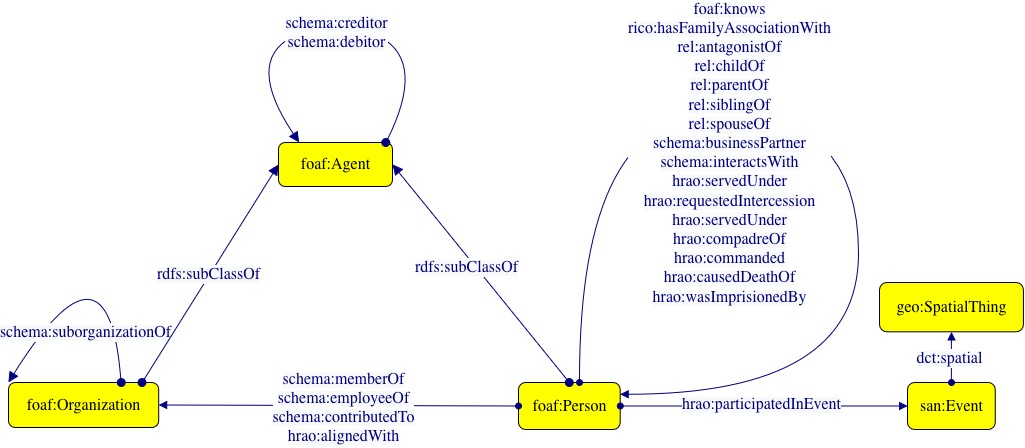
Before: data_models/RelationModel.png, a diagram exported from draw.io (CarlaMenegat/VarelaDigital). Source tidied: cells renumbered, new cells last; positions are measured from the earlier drawing's top-left corner, leaving out a move shared by most shapes.
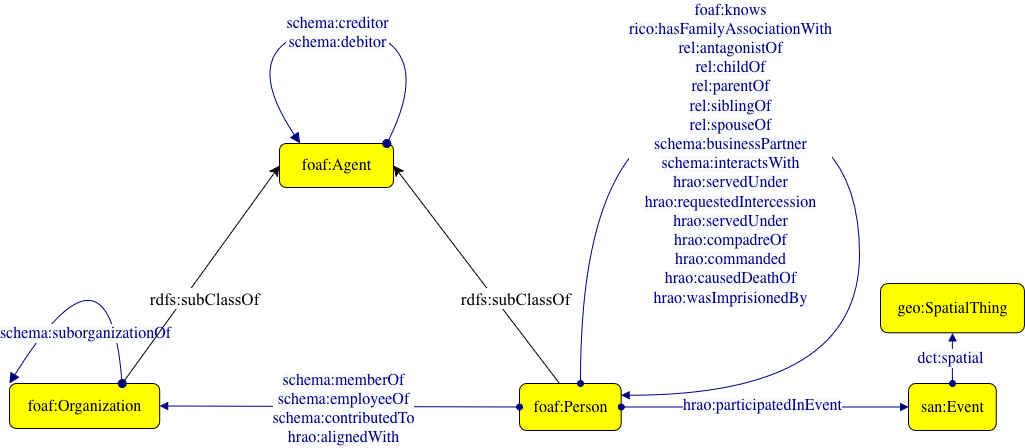
The same file after the commit.

Diff of the diagram source:
```diff
@@ -79,24 +79,6 @@
     <mxCell id="21" value="foaf:Agent" style="text;html=1;spacing=0;align=center;fontFamily=dialog;fontSize=16;fontStyle=0;=center;fontColor=#000000;verticalAlign=bottom;" parent="20" vertex="1">
       <mxGeometry x="14.3" y="10.6" width="85.3" height="22.8" as="geometry" />
     </mxCell>
-    <mxCell id="22" style="graphMlID=e0;rounded=0;endArrow=block;strokeColor=#000080;strokeWidth=1.0;startArrow=oval;startFill=1;endFill=1;fontSize=12;startSize=8;endSize=8;curved=1;exitX=0.5;exitY=0;exitDx=0;exitDy=0;entryX=1;entryY=0.5;entryDx=0;entryDy=0;" parent="1" edge="1" source="4" target="20">
-      <mxGeometry relative="1" as="geometry">
-        <Array as="points">
-          <mxPoint x="480" y="270" />
-        </Array>
-      </mxGeometry>
-    </mxCell>
-    <mxCell id="23" value="&lt;span style=&quot;color: rgb(0, 0, 128); font-family: dialog; font-size: 16px; background-color: rgb(248, 249, 250);&quot;&gt;rdfs:subClassOf&lt;/span&gt;" style="text;html=1;align=center;verticalAlign=middle;labelBackgroundColor=#ffffff;" parent="1" vertex="1">
-      <mxGeometry x="460" y="260" as="geometry">
-        <mxPoint x="-3" y="-6" as="offset" />
-      </mxGeometry>
-    </mxCell>
-    <mxCell id="24" style="graphMlID=e0;rounded=0;endArrow=block;strokeColor=#000080;strokeWidth=1.0;startArrow=oval;startFill=1;endFill=1;fontSize=12;startSize=8;endSize=8;curved=1;exitX=0.889;exitY=0.002;exitDx=0;exitDy=0;exitPerimeter=0;entryX=0;entryY=0.5;entryDx=0;entryDy=0;" parent="1" edge="1" source="8" target="20">
-      <mxGeometry relative="1" as="geometry" />
-    </mxCell>
-    <mxCell id="25" value="&lt;span style=&quot;color: rgb(0, 0, 128); font-family: &amp;quot;dialog&amp;quot;; font-size: 16px; background-color: rgb(248, 249, 250);&quot;&gt;rdfs:subClassOf&lt;/span&gt;" style="text;html=1;align=center;verticalAlign=middle;labelBackgroundColor=#ffffff;" parent="24" vertex="1">
-      <mxGeometry x="-0.02" y="2" relative="1" as="geometry" />
-    </mxCell>
     <mxCell id="26" style="graphMlID=e0;rounded=0;endArrow=block;strokeColor=#000080;strokeWidth=1.0;startArrow=oval;startFill=1;endFill=1;fontSize=12;startSize=8;endSize=8;curved=1;exitX=0.87;exitY=0.003;exitDx=0;exitDy=0;exitPerimeter=0;entryX=0.109;entryY=0.003;entryDx=0;entryDy=0;entryPerimeter=0;" parent="1" edge="1">
       <mxGeometry relative="1" as="geometry">
         <mxPoint x="377.3" y="130" as="sourcePoint" />
@@ -113,5 +95,23 @@
         <mxPoint x="-1" y="18" as="offset" />
       </mxGeometry>
     </mxCell>
+    <mxCell id="28" style="endArrow=classic;html=1;textDirection=ltr;rounded=0;fontSize=12;startSize=8;endSize=8;curved=1;entryX=1;entryY=0.5;entryDx=0;entryDy=0;" parent="1" edge="1" target="20">
+      <mxGeometry relative="1" as="geometry">
+        <mxPoint x="550" y="370" as="sourcePoint" />
+      </mxGeometry>
+    </mxCell>
+    <mxCell id="29" value="&lt;div&gt;&lt;font face=&quot;Times New Roman&quot; style=&quot;font-size: 17px;&quot;&gt;rdfs:subClassOf&lt;/font&gt;&lt;/div&gt;" style="text;html=1;align=center;verticalAlign=middle;labelBackgroundColor=#ffffff;rotation=0;" parent="28" vertex="1">
+      <mxGeometry x="-0.22" relative="1" as="geometry">
+        <mxPoint x="19.9" as="offset" />
+      </mxGeometry>
+    </mxCell>
+    <mxCell id="24" style="endArrow=classic;html=1;textDirection=ltr;rounded=0;fontSize=12;startSize=8;endSize=8;curved=1;entryX=0;entryY=0.5;entryDx=0;entryDy=0;exitX=0.75;exitY=0;exitDx=0;exitDy=0;" parent="1" edge="1" source="8" target="20">
+      <mxGeometry relative="1" as="geometry" />
+    </mxCell>
+    <mxCell id="30" value="&lt;div&gt;&lt;font face=&quot;Times New Roman&quot; style=&quot;font-size: 17px;&quot;&gt;rdfs:subClassOf&lt;/font&gt;&lt;/div&gt;" style="text;html=1;align=center;verticalAlign=middle;labelBackgroundColor=#ffffff;rotation=0;" parent="24" vertex="1">
+      <mxGeometry x="-0.22" relative="1" as="geometry">
+        <mxPoint x="19.9" as="offset" />
+      </mxGeometry>
+    </mxCell>
   </root>
 </mxGraphModel>
```
